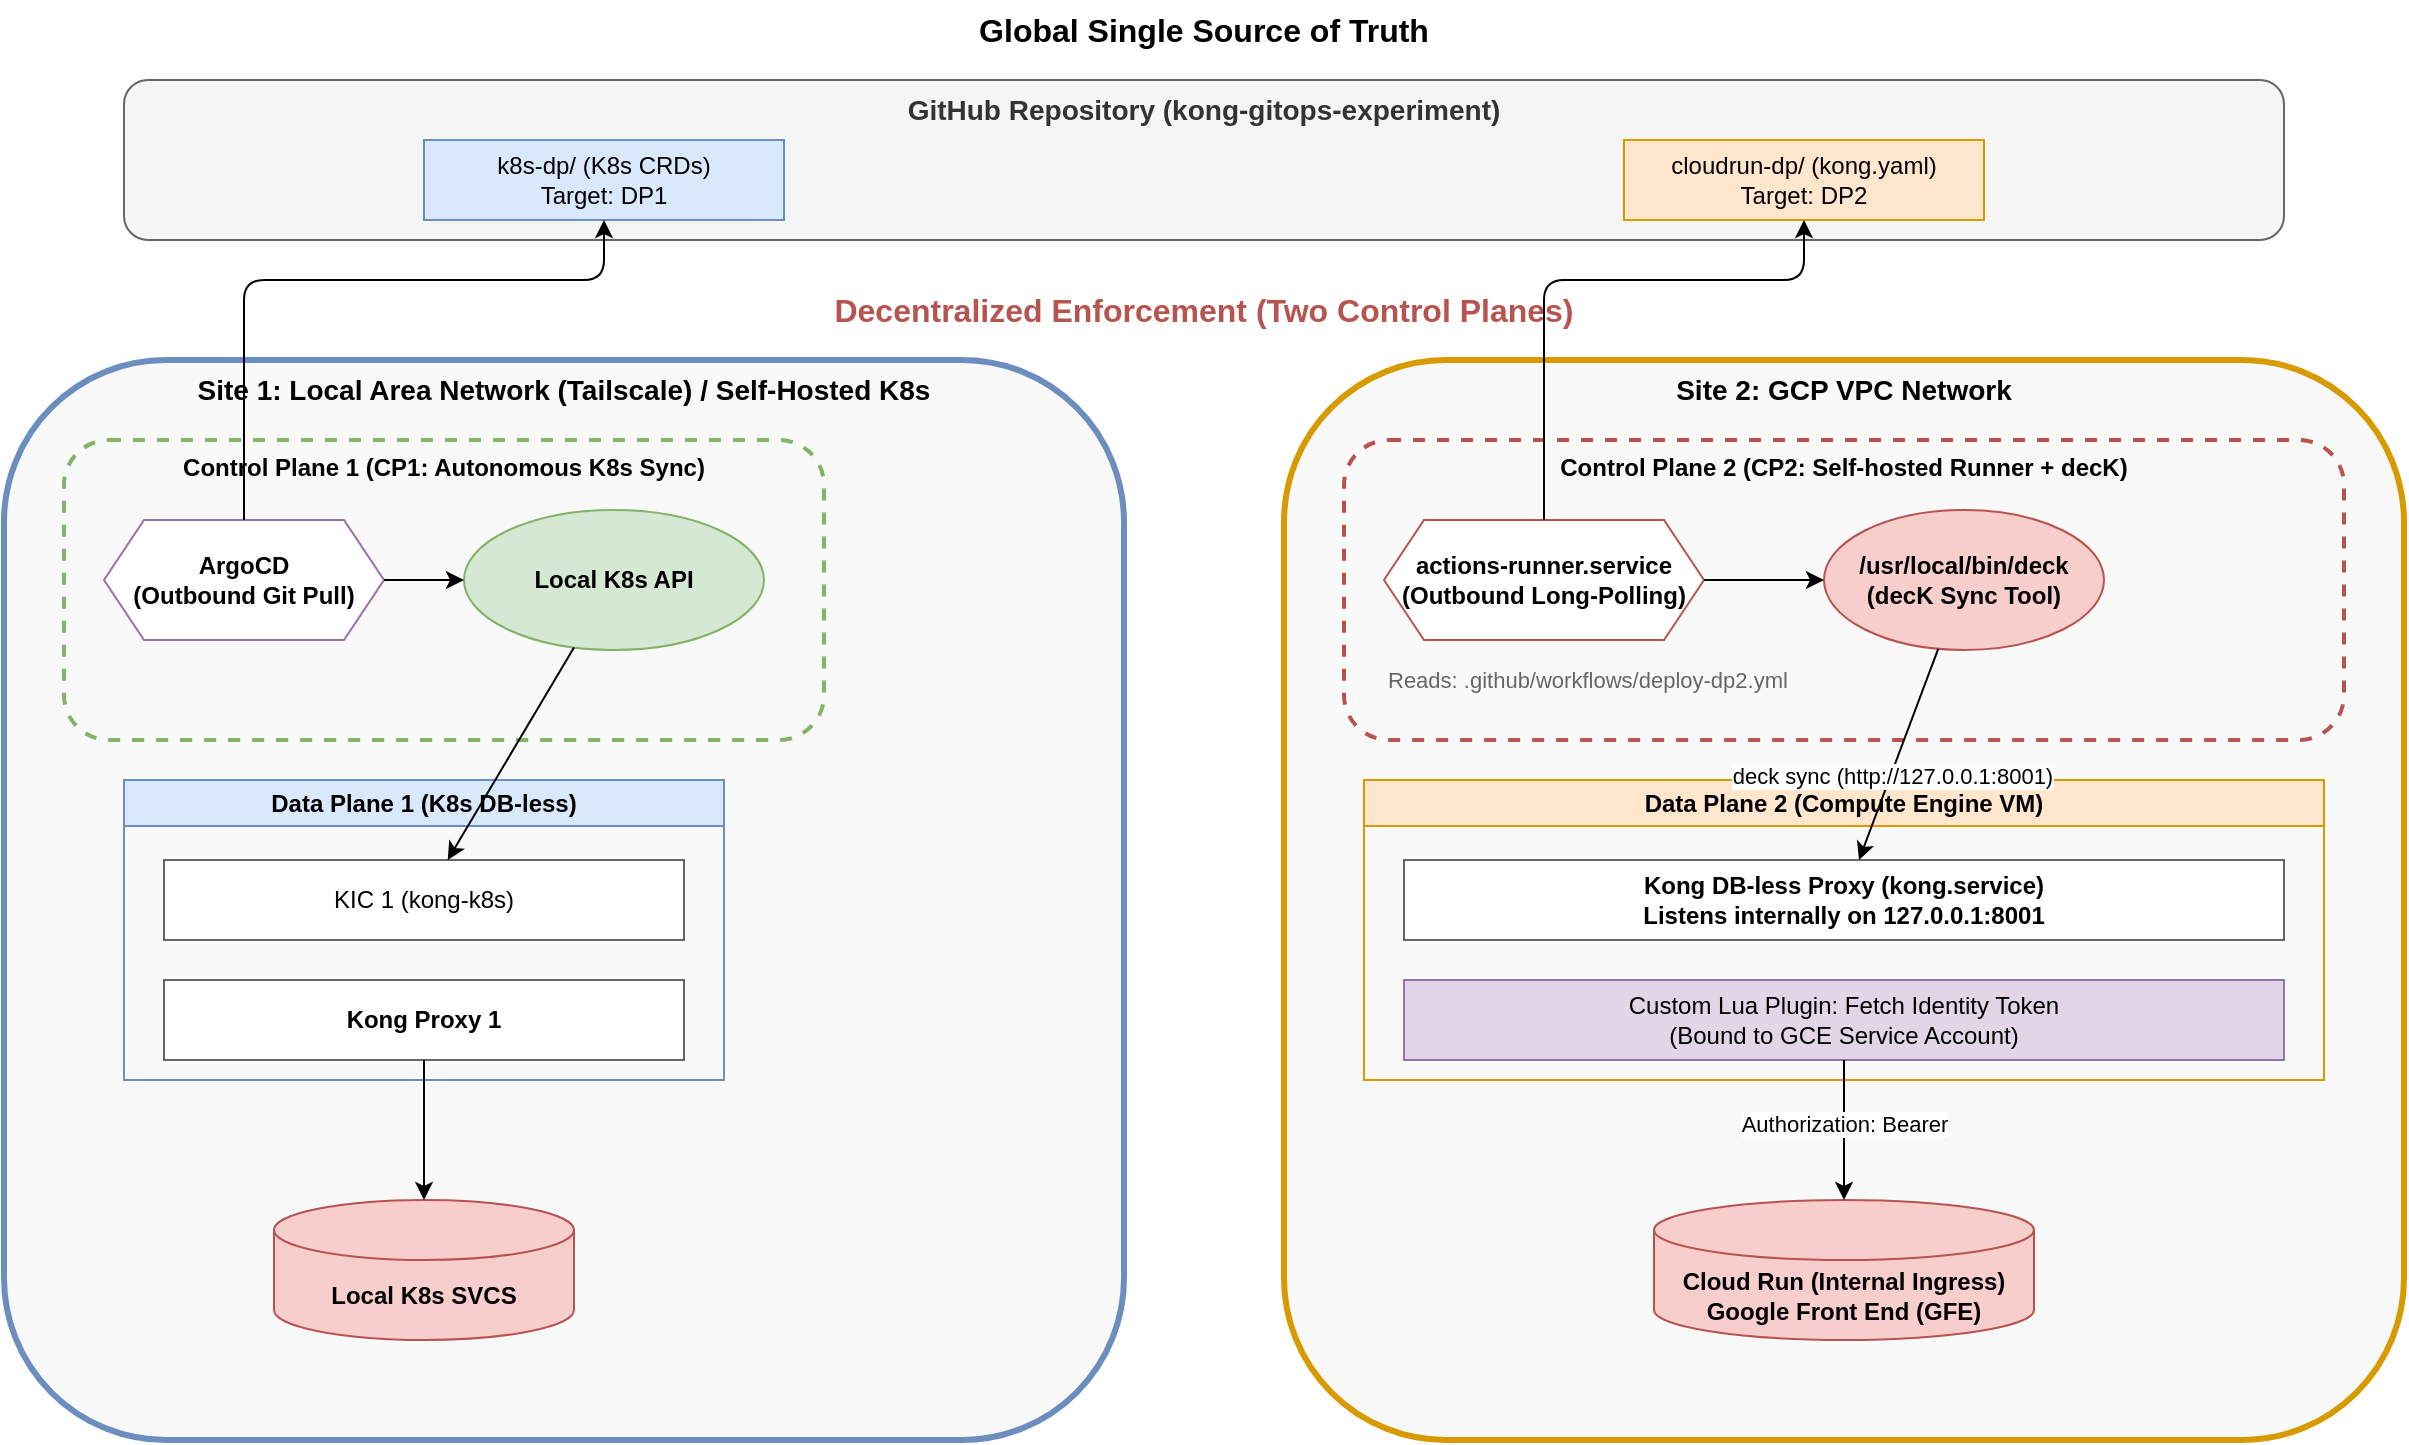
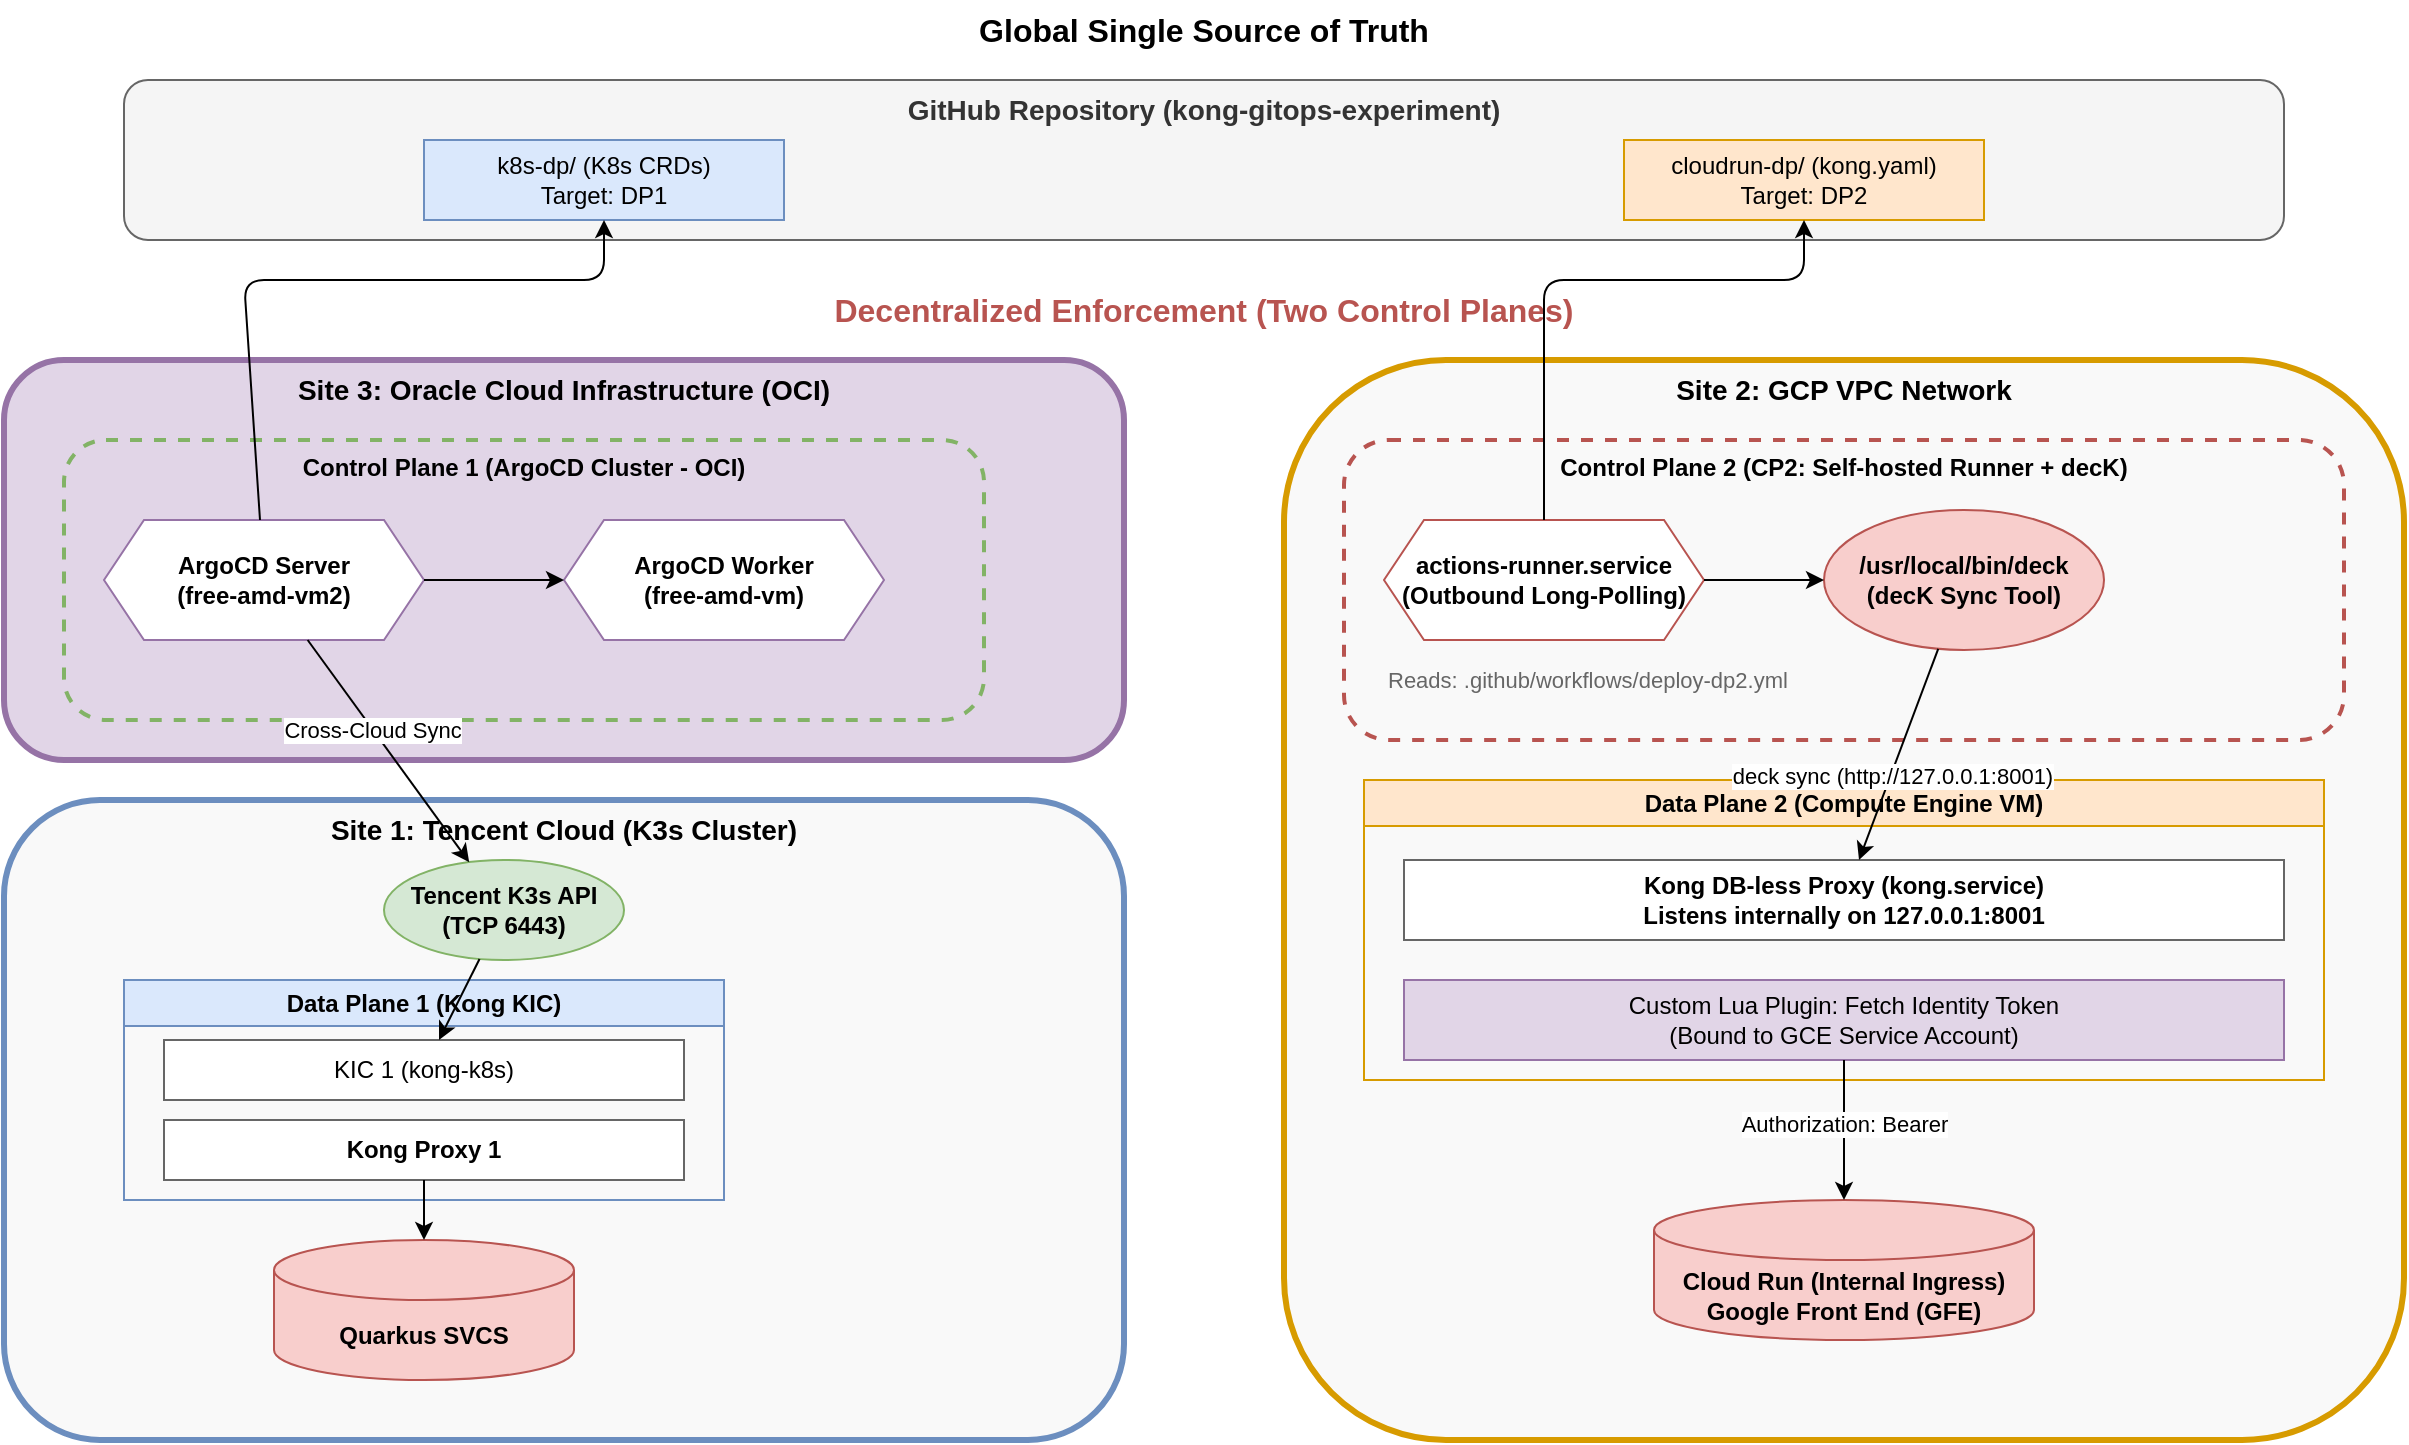
- <mxfile host="Electron" modified="2026-05-26T19:20:00.000Z" agent="Mozilla/5.0" version="22.1.2" type="device">
+ <mxfile host="Electron" modified="2026-06-05T20:42:00.000Z" agent="Mozilla/5.0" version="22.1.2" type="device">
  <diagram id="kong-gitops-cp-details" name="Architecture">
    <mxGraphModel dx="1434" dy="844" grid="1" gridSize="10" guides="1" tooltips="1" connect="1" arrows="1" fold="1" page="1" pageScale="1" pageWidth="1300" pageHeight="900" math="0" shadow="0">
      <root>
        <mxCell id="0" />
        <mxCell id="1" parent="0" />

        <!-- Global Truth -->
        <mxCell id="global_truth" value="Global Single Source of Truth" style="text;html=1;strokeColor=none;fillColor=none;align=center;verticalAlign=middle;whiteSpace=wrap;rounded=0;fontStyle=1;fontSize=16;" vertex="1" parent="1">
          <mxGeometry x="500" y="10" width="280" height="30" as="geometry" />
        </mxCell>

        <!-- GitHub Repo Box -->
        <mxCell id="github_repo" value="GitHub Repository (kong-gitops-experiment)" style="rounded=1;whiteSpace=wrap;html=1;fillColor=#f5f5f5;fontStyle=1;strokeColor=#666666;fontColor=#333333;verticalAlign=top;fontSize=14;" vertex="1" parent="1">
          <mxGeometry x="100" y="50" width="1080" height="80" as="geometry" />
        </mxCell>

        <mxCell id="github_k8s_code" value="k8s-dp/ (K8s CRDs)&#10;Target: DP1" style="rounded=0;whiteSpace=wrap;html=1;fillColor=#dae8fc;strokeColor=#6c8ebf;" vertex="1" parent="1">
          <mxGeometry x="250" y="80" width="180" height="40" as="geometry" />
        </mxCell>

        <mxCell id="github_cr_code" value="cloudrun-dp/ (kong.yaml)&#10;Target: DP2" style="rounded=0;whiteSpace=wrap;html=1;fillColor=#ffe6cc;strokeColor=#d79b00;" vertex="1" parent="1">
          <mxGeometry x="850" y="80" width="180" height="40" as="geometry" />
        </mxCell>

        <!-- Decentralized Control Planes Header -->
        <mxCell id="decentralized_label" value="Decentralized Enforcement (Two Control Planes)" style="text;html=1;strokeColor=none;fillColor=none;align=center;verticalAlign=middle;whiteSpace=wrap;rounded=0;fontStyle=1;fontSize=16;fontColor=#b85450;" vertex="1" parent="1">
          <mxGeometry x="450" y="150" width="380" height="30" as="geometry" />
        </mxCell>

-         <!-- Site 1: LAN -->
-         <mxCell id="lan_cluster" value="Site 1: Local Area Network (Tailscale) / Self-Hosted K8s" style="rounded=1;whiteSpace=wrap;html=1;fillColor=#f9f9f9;strokeColor=#6c8ebf;strokeWidth=3;verticalAlign=top;fontStyle=1;fontSize=14;" vertex="1" parent="1">
-           <mxGeometry x="40" y="190" width="560" height="540" as="geometry" />
+         <!-- Site 3: OCI -->
+         <mxCell id="oci_cloud" value="Site 3: Oracle Cloud Infrastructure (OCI)" style="rounded=1;whiteSpace=wrap;html=1;fillColor=#e1d5e7;strokeColor=#9673a6;strokeWidth=3;verticalAlign=top;fontStyle=1;fontSize=14;" vertex="1" parent="1">
+           <mxGeometry x="40" y="190" width="560" height="200" as="geometry" />
+         </mxCell>
+ 
+         <!-- Site 1: Tencent Cloud -->
+         <mxCell id="lan_cluster" value="Site 1: Tencent Cloud (K3s Cluster)" style="rounded=1;whiteSpace=wrap;html=1;fillColor=#f9f9f9;strokeColor=#6c8ebf;strokeWidth=3;verticalAlign=top;fontStyle=1;fontSize=14;" vertex="1" parent="1">
+           <mxGeometry x="40" y="410" width="560" height="320" as="geometry" />
        </mxCell>

        <!-- Site 2: GCP -->
        <mxCell id="gcp_vpc" value="Site 2: GCP VPC Network" style="rounded=1;whiteSpace=wrap;html=1;fillColor=#f9f9f9;strokeColor=#d79b00;strokeWidth=3;verticalAlign=top;fontStyle=1;fontSize=14;" vertex="1" parent="1">
          <mxGeometry x="680" y="190" width="560" height="540" as="geometry" />
        </mxCell>

-         <!-- CP1 Box -->
-         <mxCell id="cp1_box" value="Control Plane 1 (CP1: Autonomous K8s Sync)" style="rounded=1;whiteSpace=wrap;html=1;fillColor=none;strokeColor=#82b366;strokeWidth=2;dashed=1;verticalAlign=top;fontStyle=1;" vertex="1" parent="1">
-           <mxGeometry x="70" y="230" width="380" height="150" as="geometry" />
+         <!-- CP1 Box (OCI) -->
+         <mxCell id="cp1_box" value="Control Plane 1 (ArgoCD Cluster - OCI)" style="rounded=1;whiteSpace=wrap;html=1;fillColor=none;strokeColor=#82b366;strokeWidth=2;dashed=1;verticalAlign=top;fontStyle=1;" vertex="1" parent="1">
+           <mxGeometry x="70" y="230" width="460" height="140" as="geometry" />
        </mxCell>
-         <mxCell id="lan_argocd" value="ArgoCD&#10;(Outbound Git Pull)" style="shape=hexagon;perimeter=hexagonPerimeter2;whiteSpace=wrap;html=1;fixedSize=1;fillColor=#ffffff;strokeColor=#9673a6;fontStyle=1" vertex="1" parent="cp1_box">
-           <mxGeometry x="20" y="40" width="140" height="60" as="geometry" />
+         <mxCell id="lan_argocd" value="ArgoCD Server&#10;(free-amd-vm2)" style="shape=hexagon;perimeter=hexagonPerimeter2;whiteSpace=wrap;html=1;fixedSize=1;fillColor=#ffffff;strokeColor=#9673a6;fontStyle=1" vertex="1" parent="cp1_box">
+           <mxGeometry x="20" y="40" width="160" height="60" as="geometry" />
        </mxCell>
-         <mxCell id="lan_api" value="Local K8s API" style="ellipse;whiteSpace=wrap;html=1;fillColor=#d5e8d4;strokeColor=#82b366;fontStyle=1" vertex="1" parent="cp1_box">
-           <mxGeometry x="200" y="35" width="150" height="70" as="geometry" />
+         <mxCell id="oci_argocd_worker" value="ArgoCD Worker&#10;(free-amd-vm)" style="shape=hexagon;perimeter=hexagonPerimeter2;whiteSpace=wrap;html=1;fixedSize=1;fillColor=#ffffff;strokeColor=#9673a6;fontStyle=1" vertex="1" parent="cp1_box">
+           <mxGeometry x="250" y="40" width="160" height="60" as="geometry" />
        </mxCell>
-         <mxCell id="a2a1" edge="1" parent="cp1_box" source="lan_argocd" target="lan_api">
+ 
+         <mxCell id="a2a1" edge="1" parent="cp1_box" source="lan_argocd" target="oci_argocd_worker">
+           <mxGeometry relative="1" as="geometry" />
+         </mxCell>
+ 
+         <!-- K8s API in Tencent -->
+         <mxCell id="tencent_api" value="Tencent K3s API&#10;(TCP 6443)" style="ellipse;whiteSpace=wrap;html=1;fillColor=#d5e8d4;strokeColor=#82b366;fontStyle=1" vertex="1" parent="1">
+           <mxGeometry x="230" y="440" width="120" height="50" as="geometry" />
+         </mxCell>
+ 
+         <!-- ArgoCD Server -> Tencent API -->
+         <mxCell id="argo_to_tencent" edge="1" parent="1" source="lan_argocd" target="tencent_api">
+           <mxGeometry relative="1" as="geometry" />
+         </mxCell>
+         <mxCell id="label_argo_sync" value="Cross-Cloud Sync" style="edgeLabel;html=1;align=center;verticalAlign=middle;resizable=0;points=[];" vertex="1" connectable="0" parent="argo_to_tencent">
+           <mxGeometry x="-0.2" relative="1" as="geometry">
+             <mxPoint as="offset" />
+           </mxGeometry>
+         </mxCell>
+ 
+         <!-- DP1 (Tencent KIC) -->
+         <mxCell id="dp1_box" value="Data Plane 1 (Kong KIC)" style="swimlane;whiteSpace=wrap;html=1;fillColor=#dae8fc;strokeColor=#6c8ebf;fontStyle=1" vertex="1" parent="1">
+           <mxGeometry x="100" y="500" width="300" height="110" as="geometry" />
+         </mxCell>
+         <mxCell id="kic1" value="KIC 1 (kong-k8s)" style="rounded=0;whiteSpace=wrap;html=1;fillColor=#ffffff;strokeColor=#666666;" vertex="1" parent="dp1_box">
+           <mxGeometry x="20" y="30" width="260" height="30" as="geometry" />
+         </mxCell>
+         <mxCell id="proxy1" value="Kong Proxy 1" style="rounded=0;whiteSpace=wrap;html=1;fillColor=#ffffff;strokeColor=#666666;fontStyle=1" vertex="1" parent="dp1_box">
+           <mxGeometry x="20" y="70" width="260" height="30" as="geometry" />
+         </mxCell>
+ 
+         <mxCell id="tencent_api_to_kic" edge="1" parent="1" source="tencent_api" target="kic1">
          <mxGeometry relative="1" as="geometry" />
        </mxCell>

        <!-- CP2 Box -->
        <mxCell id="cp2_box" value="Control Plane 2 (CP2: Self-hosted Runner + decK)" style="rounded=1;whiteSpace=wrap;html=1;fillColor=none;strokeColor=#b85450;strokeWidth=2;dashed=1;verticalAlign=top;fontStyle=1;" vertex="1" parent="1">
          <mxGeometry x="710" y="230" width="500" height="150" as="geometry" />
        </mxCell>
        <mxCell id="gh_actions_runner" value="actions-runner.service&#10;(Outbound Long-Polling)" style="shape=hexagon;perimeter=hexagonPerimeter2;whiteSpace=wrap;html=1;fixedSize=1;fillColor=#ffffff;strokeColor=#b85450;fontStyle=1" vertex="1" parent="cp2_box">
          <mxGeometry x="20" y="40" width="160" height="60" as="geometry" />
        </mxCell>
        <mxCell id="deck_tool" value="/usr/local/bin/deck&#10;(decK Sync Tool)" style="ellipse;whiteSpace=wrap;html=1;fillColor=#f8cecc;strokeColor=#b85450;fontStyle=1" vertex="1" parent="cp2_box">
          <mxGeometry x="240" y="35" width="140" height="70" as="geometry" />
        </mxCell>
        <mxCell id="run2deck" edge="1" parent="cp2_box" source="gh_actions_runner" target="deck_tool">
          <mxGeometry relative="1" as="geometry" />
        </mxCell>
        <mxCell id="cp2_desc" value="Reads: .github/workflows/deploy-dp2.yml" style="text;html=1;strokeColor=none;fillColor=none;align=left;verticalAlign=middle;whiteSpace=wrap;rounded=0;fontSize=11;fontColor=#666666;" vertex="1" parent="cp2_box">
          <mxGeometry x="20" y="110" width="250" height="20" as="geometry" />
        </mxCell>

-         <!-- DP1 (Local KIC) -->
-         <mxCell id="dp1_box" value="Data Plane 1 (K8s DB-less)" style="swimlane;whiteSpace=wrap;html=1;fillColor=#dae8fc;strokeColor=#6c8ebf;fontStyle=1" vertex="1" parent="1">
-           <mxGeometry x="100" y="400" width="300" height="150" as="geometry" />
-         </mxCell>
-         <mxCell id="kic1" value="KIC 1 (kong-k8s)" style="rounded=0;whiteSpace=wrap;html=1;fillColor=#ffffff;strokeColor=#666666;" vertex="1" parent="dp1_box">
-           <mxGeometry x="20" y="40" width="260" height="40" as="geometry" />
-         </mxCell>
-         <mxCell id="proxy1" value="Kong Proxy 1" style="rounded=0;whiteSpace=wrap;html=1;fillColor=#ffffff;strokeColor=#666666;fontStyle=1" vertex="1" parent="dp1_box">
-           <mxGeometry x="20" y="100" width="260" height="40" as="geometry" />
-         </mxCell>
- 
        <!-- DP2 (GCP VM) -->
        <mxCell id="dp2_box" value="Data Plane 2 (Compute Engine VM)" style="swimlane;whiteSpace=wrap;html=1;fillColor=#ffe6cc;strokeColor=#d79b00;fontStyle=1" vertex="1" parent="1">
          <mxGeometry x="720" y="400" width="480" height="150" as="geometry" />
        </mxCell>
        <mxCell id="vm_kong" value="Kong DB-less Proxy (kong.service)&#10;Listens internally on 127.0.0.1:8001" style="rounded=0;whiteSpace=wrap;html=1;fillColor=#ffffff;strokeColor=#666666;fontStyle=1" vertex="1" parent="dp2_box">
          <mxGeometry x="20" y="40" width="440" height="40" as="geometry" />
        </mxCell>
        <mxCell id="custom_plugin" value="Custom Lua Plugin: Fetch Identity Token&#10;(Bound to GCE Service Account)" style="rounded=0;whiteSpace=wrap;html=1;fillColor=#e1d5e7;strokeColor=#9673a6;fontStyle=0" vertex="1" parent="dp2_box">
          <mxGeometry x="20" y="100" width="440" height="40" as="geometry" />
        </mxCell>

        <!-- Upstreams -->
-         <mxCell id="k8s_svc" value="Local K8s SVCS" style="shape=cylinder3;whiteSpace=wrap;html=1;boundedLbl=1;backgroundOutline=1;size=15;fillColor=#f8cecc;strokeColor=#b85450;fontStyle=1" vertex="1" parent="1">
-           <mxGeometry x="175" y="610" width="150" height="70" as="geometry" />
+         <mxCell id="k8s_svc" value="Quarkus SVCS" style="shape=cylinder3;whiteSpace=wrap;html=1;boundedLbl=1;backgroundOutline=1;size=15;fillColor=#f8cecc;strokeColor=#b85450;fontStyle=1" vertex="1" parent="1">
+           <mxGeometry x="175" y="630" width="150" height="70" as="geometry" />
        </mxCell>
        <mxCell id="cr_svc" value="Cloud Run (Internal Ingress)&#10;Google Front End (GFE)" style="shape=cylinder3;whiteSpace=wrap;html=1;boundedLbl=1;backgroundOutline=1;size=15;fillColor=#f8cecc;strokeColor=#b85450;fontStyle=1" vertex="1" parent="1">
          <mxGeometry x="865" y="610" width="190" height="70" as="geometry" />
        </mxCell>

        <!-- Connections -->
        <!-- Pulls -->
        <mxCell id="pull1" edge="1" parent="1" source="lan_argocd" target="github_k8s_code">
          <mxGeometry relative="1" as="geometry">
            <Array as="points">
              <mxPoint x="160" y="150" />
              <mxPoint x="340" y="150" />
            </Array>
          </mxGeometry>
        </mxCell>
        <mxCell id="pull2" edge="1" parent="1" source="gh_actions_runner" target="github_cr_code">
          <mxGeometry relative="1" as="geometry">
            <Array as="points">
              <mxPoint x="810" y="150" />
              <mxPoint x="940" y="150" />
            </Array>
          </mxGeometry>
        </mxCell>

-         <!-- API to KIC -->
-         <mxCell id="ap2k1" edge="1" parent="1" source="lan_api" target="kic1">
-           <mxGeometry relative="1" as="geometry" />
-         </mxCell>
        <!-- decK to VM Admin API -->
        <mxCell id="deck_to_vm" edge="1" parent="1" source="deck_tool" target="vm_kong">
          <mxGeometry relative="1" as="geometry" />
        </mxCell>
        <mxCell id="label_deck" value="deck sync (http://127.0.0.1:8001)" style="edgeLabel;html=1;align=center;verticalAlign=middle;resizable=0;points=[];" vertex="1" connectable="0" parent="deck_to_vm">
          <mxGeometry x="0.2" relative="1" as="geometry">
            <mxPoint as="offset" />
          </mxGeometry>
        </mxCell>

        <!-- Routing -->
        <mxCell id="rt1" edge="1" parent="1" source="proxy1" target="k8s_svc">
          <mxGeometry relative="1" as="geometry" />
        </mxCell>
        <mxCell id="rt2" edge="1" parent="1" source="custom_plugin" target="cr_svc">
          <mxGeometry relative="1" as="geometry" />
        </mxCell>
        <mxCell id="label_auth" value="Authorization: Bearer &lt;ID_TOKEN&gt;" style="edgeLabel;html=1;align=center;verticalAlign=middle;resizable=0;points=[];" vertex="1" connectable="0" parent="rt2">
          <mxGeometry x="-0.1" relative="1" as="geometry">
            <mxPoint as="offset" />
          </mxGeometry>
        </mxCell>

      </root>
    </mxGraphModel>
  </diagram>
</mxfile>
